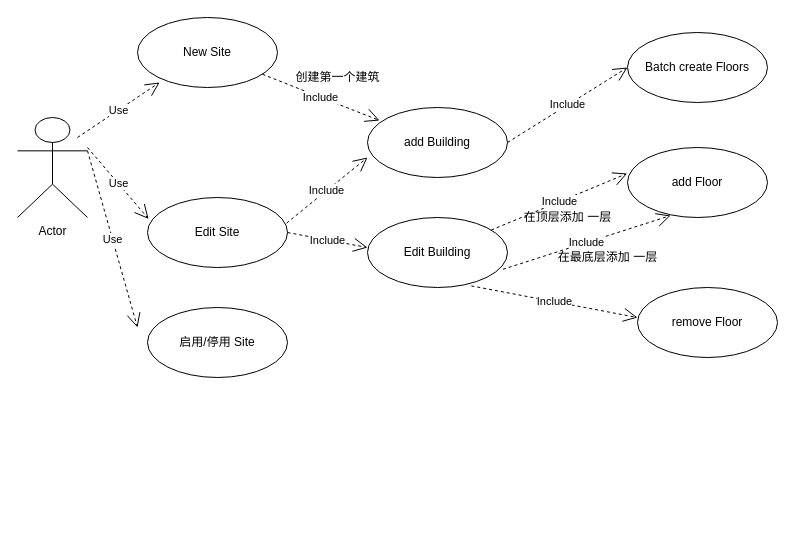
Earlier version of the draw.io diagram craft/Edit_site_1.drawio (feihu618/drawio). Source tidied: cells renumbered, new cells numbered last; positions are measured from the earlier drawing's top-left corner, leaving out a move shared by most shapes. Both pictures are drawn from the tidied source at 100%, with x=0, y=0 at pixel (17, 17).
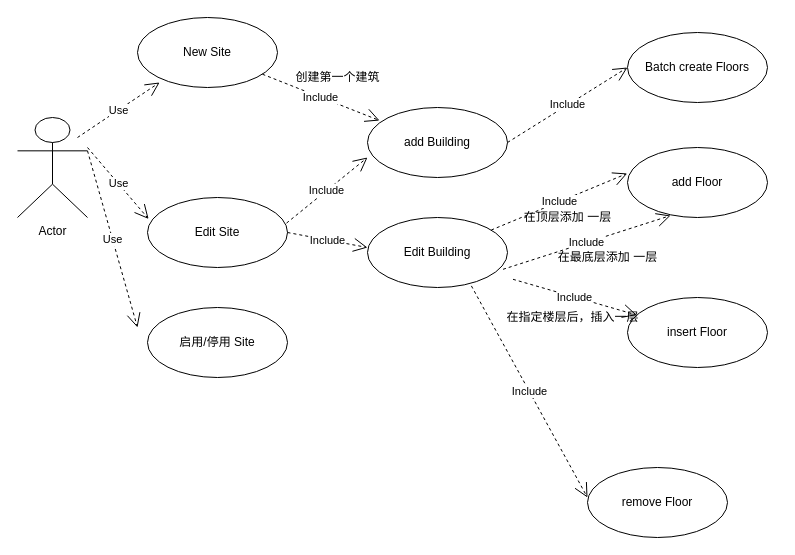
The same page after the edit.

The edit, as a diff of the source:
```diff
@@
     <mxCell id="18" value="remove Floor" style="ellipse;whiteSpace=wrap;html=1;" parent="1" vertex="1">
-      <mxGeometry x="620" y="270" width="140" height="70" as="geometry" />
+      <mxGeometry x="570" y="450" width="140" height="70" as="geometry" />
     </mxCell>
@@
+    <mxCell id="24" value="insert Floor" style="ellipse;whiteSpace=wrap;html=1;" parent="1" vertex="1">
+      <mxGeometry x="610" y="280" width="140" height="70" as="geometry" />
+    </mxCell>
+    <mxCell id="25" value="Include" style="endArrow=open;endSize=12;dashed=1;html=1;rounded=0;exitX=0.968;exitY=0.74;exitDx=0;exitDy=0;exitPerimeter=0;" parent="1" edge="1" target="24">
+      <mxGeometry relative="1" as="geometry">
+        <mxPoint x="495.5" y="261.8" as="sourcePoint" />
+      </mxGeometry>
+    </mxCell>
+    <mxCell id="26" value="在指定楼层后，插入一层" style="text;html=1;align=center;verticalAlign=middle;fillColor=none;strokeColor=none;rounded=0;" parent="1" vertex="1">
+      <mxGeometry x="480" y="290" width="150" height="20" as="geometry" />
+    </mxCell>
```
